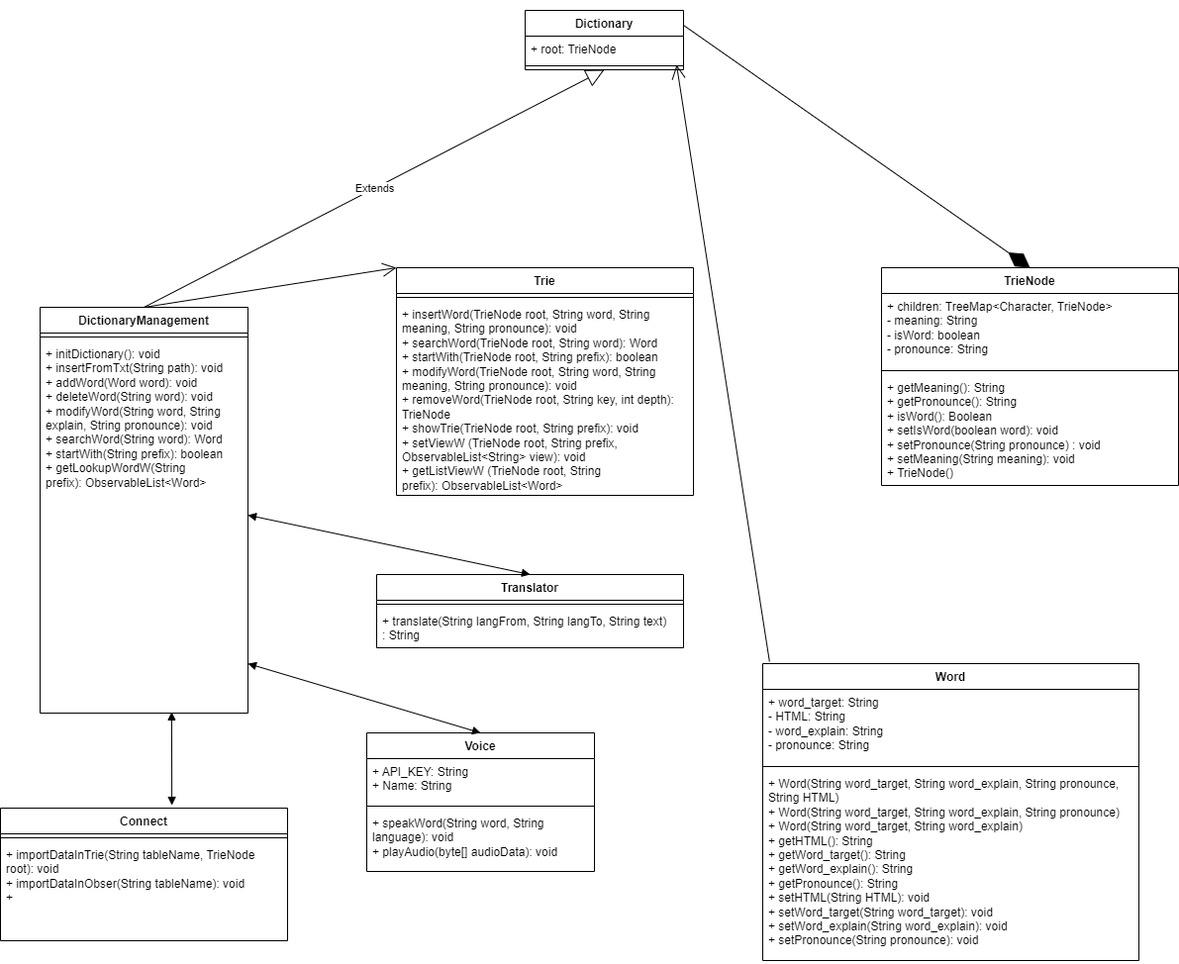
The draw.io diagram Dictionary.drawio.png in Thangvu21/Project-OOP, before a commit. Source tidied: cells renumbered, new cells last; positions are measured from the earlier drawing's top-left corner, leaving out a move shared by most shapes.
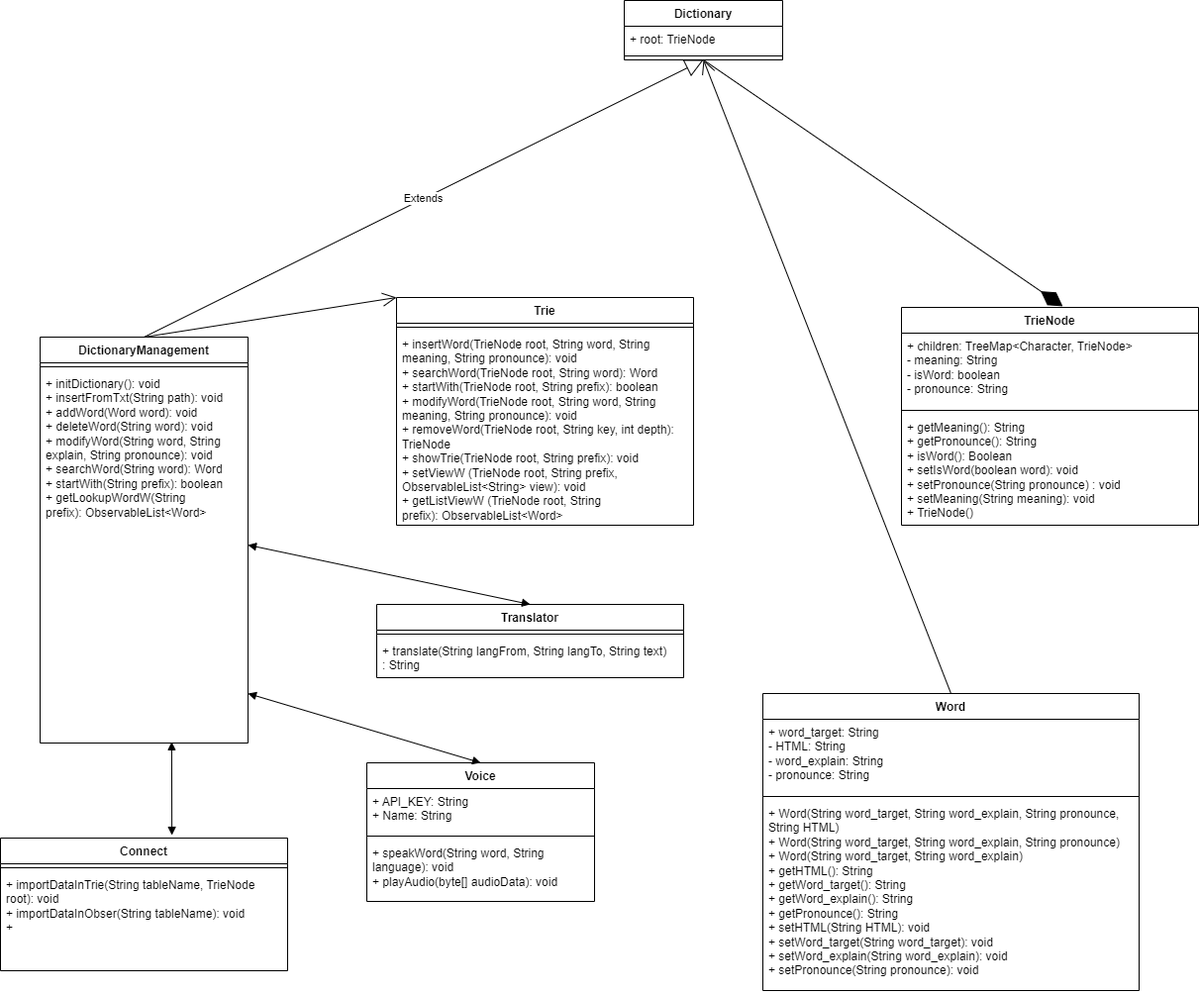
After the commit.

What changed in the source:
```diff
@@ -3,7 +3,7 @@
     <mxCell id="0" />
     <mxCell id="1" parent="0" />
     <mxCell id="2" value="TrieNode" style="swimlane;fontStyle=1;align=center;verticalAlign=top;horizontal=1;startSize=26;whiteSpace=wrap;html=1;" parent="1" vertex="1">
-      <mxGeometry x="890" y="260" width="300" height="220" as="geometry" />
+      <mxGeometry x="910" y="270" width="300" height="220" as="geometry" />
     </mxCell>
     <mxCell id="3" value="+ children:&amp;nbsp;TreeMap&amp;lt;Character, TrieNode&amp;gt;&lt;br&gt;- meaning: String&lt;br&gt;- isWord: boolean&lt;br&gt;- pronounce: String" style="text;strokeColor=none;fillColor=none;align=left;verticalAlign=top;spacingLeft=4;spacingRight=4;overflow=hidden;whiteSpace=wrap;html=1;" parent="2" vertex="1">
       <mxGeometry y="26" width="300" height="74" as="geometry" />
@@ -15,7 +15,7 @@
       <mxGeometry y="108" width="300" height="112" as="geometry" />
     </mxCell>
     <mxCell id="6" value="Dictionary" style="swimlane;fontStyle=1;align=center;verticalAlign=top;horizontal=1;startSize=26;whiteSpace=wrap;html=1;" parent="1" vertex="1">
-      <mxGeometry x="530" width="160" height="60" as="geometry" />
+      <mxGeometry x="630" y="-40" width="160" height="60" as="geometry" />
     </mxCell>
     <mxCell id="7" value="+ root: TrieNode" style="text;strokeColor=none;fillColor=none;align=left;verticalAlign=top;spacingLeft=4;spacingRight=4;overflow=hidden;whiteSpace=wrap;html=1;" parent="6" vertex="1">
       <mxGeometry y="26" width="160" height="26" as="geometry" />
@@ -89,11 +89,15 @@
     <mxCell id="30" style="endArrow=open;endFill=1;endSize=12;html=1;rounded=0;entryX=0;entryY=0;entryDx=0;entryDy=0;exitX=0.5;exitY=0;exitDx=0;exitDy=0;" parent="1" edge="1" source="9" target="27">
       <mxGeometry relative="1" as="geometry" />
     </mxCell>
-    <mxCell id="31" style="endArrow=open;endFill=1;endSize=12;html=1;rounded=0;entryX=0.956;entryY=0.375;entryDx=0;entryDy=0;entryPerimeter=0;exitX=0.018;exitY=-0.007;exitDx=0;exitDy=0;exitPerimeter=0;" parent="1" edge="1" source="13" target="8">
-      <mxGeometry relative="1" as="geometry" />
+    <mxCell id="31" style="endArrow=open;endFill=1;endSize=12;html=1;rounded=0;exitX=0.5;exitY=0;exitDx=0;exitDy=0;" parent="1" edge="1" source="13">
+      <mxGeometry relative="1" as="geometry">
+        <mxPoint x="710" y="20" as="targetPoint" />
+      </mxGeometry>
     </mxCell>
-    <mxCell id="32" style="endArrow=diamondThin;endFill=1;endSize=24;html=1;rounded=0;entryX=0.5;entryY=0;entryDx=0;entryDy=0;exitX=1;exitY=0.25;exitDx=0;exitDy=0;" parent="1" edge="1" source="6" target="2">
-      <mxGeometry relative="1" as="geometry" />
+    <mxCell id="32" style="endArrow=diamondThin;endFill=1;endSize=24;html=1;rounded=0;entryX=0.543;entryY=-0.005;entryDx=0;entryDy=0;entryPerimeter=0;" parent="1" edge="1" target="2">
+      <mxGeometry relative="1" as="geometry">
+        <mxPoint x="710" y="20" as="sourcePoint" />
+      </mxGeometry>
     </mxCell>
     <mxCell id="33" style="endArrow=block;startArrow=block;endFill=1;startFill=1;html=1;rounded=0;entryX=0.633;entryY=0.997;entryDx=0;entryDy=0;entryPerimeter=0;exitX=0.597;exitY=-0.022;exitDx=0;exitDy=0;exitPerimeter=0;" parent="1" edge="1" source="17" target="11">
       <mxGeometry relative="1" as="geometry" />
```
